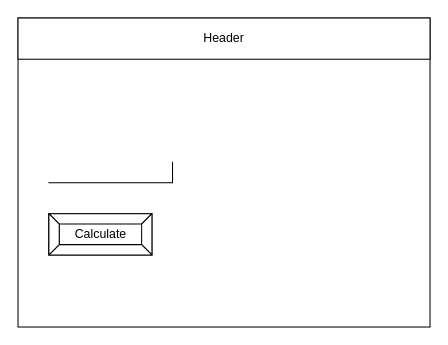
Earlier version of the draw.io diagram design/story-board.drawio (ashley-monaghan/ICS2OR-Unit-5-01). Source tidied: cells renumbered, new cells numbered last; positions are measured from the earlier drawing's top-left corner, leaving out a move shared by most shapes. Both pictures are drawn from the tidied source at 103%, with x=0, y=0 at pixel (18, 18).
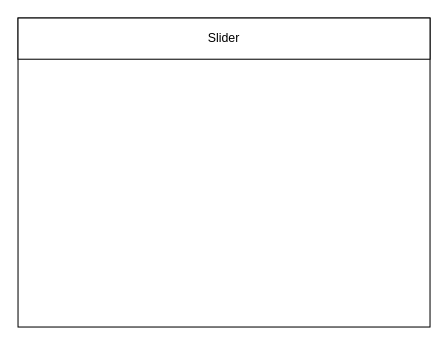
The same page after the edit.

The edit, as a diff of the source:
```diff
@@
 <mxGraphModel>
   <root>
     <mxCell id="0" />
     <mxCell id="1" parent="0" />
     <mxCell id="2" style="rounded=0;whiteSpace=wrap;html=1;" parent="1" vertex="1">
       <mxGeometry width="400" height="300" as="geometry" />
     </mxCell>
-    <mxCell id="3" value="Header" style="rounded=0;whiteSpace=wrap;html=1;" parent="1" vertex="1">
+    <mxCell id="3" value="Slider" style="rounded=0;whiteSpace=wrap;html=1;" parent="1" vertex="1">
       <mxGeometry width="400" height="40" as="geometry" />
     </mxCell>
-    <mxCell id="4" style="shape=partialRectangle;whiteSpace=wrap;html=1;top=0;left=0;fillColor=none;" parent="1" vertex="1">
-      <mxGeometry x="30" y="140" width="120" height="20" as="geometry" />
-    </mxCell>
-    <mxCell id="5" value="Calculate" style="labelPosition=center;verticalLabelPosition=middle;align=center;html=1;shape=mxgraph.basic.button;dx=10;" parent="1" vertex="1">
-      <mxGeometry x="30" y="190" width="100" height="40" as="geometry" />
-    </mxCell>
   </root>
 </mxGraphModel>
```
